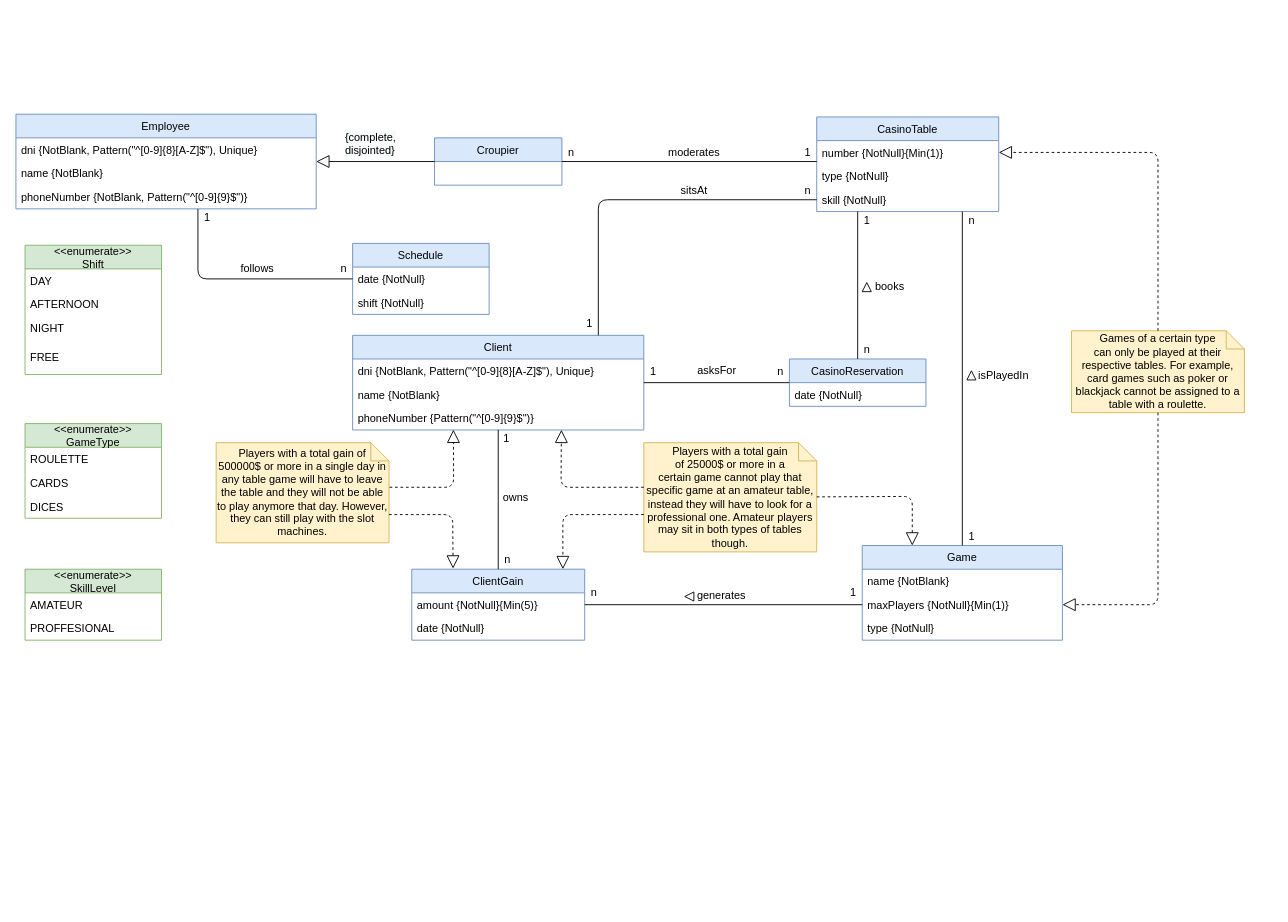
Before: page "V1-Casino" (1 of 2) of uml/Conceptual Model.drawio in gii-is-DP1/dp1-2020-g1-07, a draw.io diagram. Source tidied: cells renumbered, new cells numbered last; positions are measured from the earlier drawing's top-left corner, leaving out a move shared by most shapes. Both pictures are drawn from the tidied source at 91%, with x=0, y=0 at pixel (15, 114).
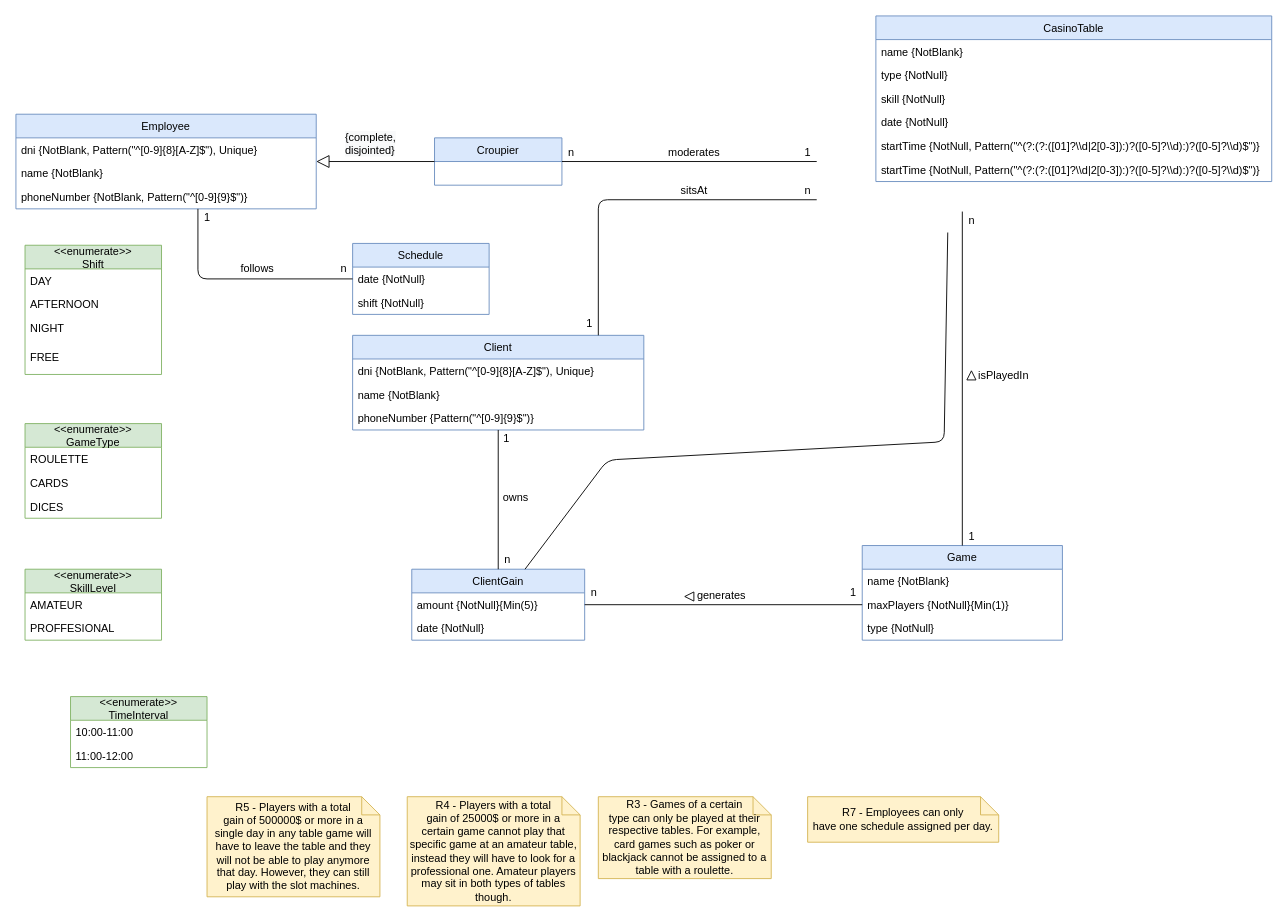
After the change.

The change refers to these unchanged cells:
```xml
<mxCell id="7" value="Game" style="swimlane;fontStyle=0;horizontal=1;startSize=26;fillColor=#dae8fc;strokeColor=#6c8ebf;" parent="1" vertex="1">
  <mxGeometry x="930" y="474" width="220" height="104" as="geometry" />
</mxCell>
<mxCell id="9" value="maxPlayers {NotNull}{Min(1)}" style="text;align=left;verticalAlign=top;spacingLeft=4;spacingRight=4;overflow=hidden;points=[[0,0.5],[1,0.5]];portConstraint=eastwest;" parent="7" vertex="1">
  <mxGeometry y="52" width="220" height="26" as="geometry" />
</mxCell>
<mxCell id="31" value="ClientGain" style="swimlane;fontStyle=0;horizontal=1;startSize=26;fillColor=#dae8fc;strokeColor=#6c8ebf;" parent="1" vertex="1">
  <mxGeometry x="435" y="500" width="190" height="78" as="geometry" />
</mxCell>
<mxCell id="34" value="Client" style="swimlane;fontStyle=0;horizontal=1;startSize=26;fillColor=#dae8fc;strokeColor=#6c8ebf;" parent="1" vertex="1">
  <mxGeometry x="370" y="243" width="320" height="104" as="geometry" />
</mxCell>
<mxCell id="37" value="phoneNumber {Pattern(&quot;^[0-9]{9}$&quot;)}" style="text;align=left;verticalAlign=top;spacingLeft=4;spacingRight=4;overflow=hidden;points=[[0,0.5],[1,0.5]];portConstraint=eastwest;" parent="34" vertex="1">
  <mxGeometry y="78" width="320" height="26" as="geometry" />
</mxCell>
```

What changed in the source:
```diff
@@
     <mxCell id="11" value="CasinoTable" style="swimlane;fontStyle=0;horizontal=1;startSize=26;fillColor=#dae8fc;strokeColor=#6c8ebf;" parent="1" vertex="1">
-      <mxGeometry x="880" y="3" width="200" height="104" as="geometry" />
+      <mxGeometry x="945" y="-108" width="435" height="182" as="geometry" />
     </mxCell>
-    <mxCell id="12" value="number {NotNull}{Min(1)}" style="text;align=left;verticalAlign=top;spacingLeft=4;spacingRight=4;overflow=hidden;points=[[0,0.5],[1,0.5]];portConstraint=eastwest;" parent="11" vertex="1">
-      <mxGeometry y="26" width="200" height="26" as="geometry" />
+    <mxCell id="12" value="name {NotBlank}" style="text;align=left;verticalAlign=top;spacingLeft=4;spacingRight=4;overflow=hidden;points=[[0,0.5],[1,0.5]];portConstraint=eastwest;" parent="11" vertex="1">
+      <mxGeometry y="26" width="435" height="26" as="geometry" />
     </mxCell>
     <mxCell id="13" value="type {NotNull}" style="text;align=left;verticalAlign=top;spacingLeft=4;spacingRight=4;overflow=hidden;" parent="11" vertex="1">
-      <mxGeometry y="52" width="200" height="26" as="geometry" />
+      <mxGeometry y="52" width="435" height="26" as="geometry" />
     </mxCell>
+    <mxCell id="86" value="skill {NotNull}" style="text;align=left;verticalAlign=top;spacingLeft=4;spacingRight=4;overflow=hidden;" parent="11" vertex="1">
+      <mxGeometry y="78" width="435" height="26" as="geometry" />
+    </mxCell>
-    <mxCell id="14" value="skill {NotNull}" style="text;align=left;verticalAlign=top;spacingLeft=4;spacingRight=4;overflow=hidden;points=[[0,0.5],[1,0.5]];portConstraint=eastwest;" parent="11" vertex="1">
-      <mxGeometry y="78" width="200" height="26" as="geometry" />
+    <mxCell id="14" value="date {NotNull}" style="text;align=left;verticalAlign=top;spacingLeft=4;spacingRight=4;overflow=hidden;points=[[0,0.5],[1,0.5]];portConstraint=eastwest;" parent="11" vertex="1">
+      <mxGeometry y="104" width="435" height="26" as="geometry" />
     </mxCell>
+    <mxCell id="87" value="startTime {NotNull, Pattern(&quot;^(?:(?:([01]?\\d|2[0-3]):)?([0-5]?\\d):)?([0-5]?\\d)$&quot;)}" style="text;align=left;verticalAlign=top;spacingLeft=4;spacingRight=4;overflow=hidden;" parent="11" vertex="1">
+      <mxGeometry y="130" width="435" height="26" as="geometry" />
+    </mxCell>
+    <mxCell id="88" value="startTime {NotNull, Pattern(&quot;^(?:(?:([01]?\\d|2[0-3]):)?([0-5]?\\d):)?([0-5]?\\d)$&quot;)}" style="text;align=left;verticalAlign=top;spacingLeft=4;spacingRight=4;overflow=hidden;" parent="11" vertex="1">
+      <mxGeometry y="156" width="435" height="26" as="geometry" />
+    </mxCell>
@@
-    <mxCell id="24" value="1" style="text;html=1;align=center;verticalAlign=middle;" parent="1" vertex="1">
-      <mxGeometry x="925" y="107" width="20" height="20" as="geometry" />
-    </mxCell>
@@
-    <mxCell id="38" value="n" style="text;html=1;align=center;verticalAlign=middle;" parent="1" vertex="1">
-      <mxGeometry x="830" y="273" width="20" height="20" as="geometry" />
-    </mxCell>
@@
-    <mxCell id="50" value="CasinoReservation" style="swimlane;fontStyle=0;horizontal=1;startSize=26;fillColor=#dae8fc;strokeColor=#6c8ebf;" parent="1" vertex="1">
-      <mxGeometry x="850" y="269" width="150" height="52" as="geometry" />
-    </mxCell>
-    <mxCell id="51" value="date {NotNull}" style="text;align=left;verticalAlign=top;spacingLeft=4;spacingRight=4;overflow=hidden;" parent="50" vertex="1">
-      <mxGeometry y="26" width="150" height="26" as="geometry" />
-    </mxCell>
-    <mxCell id="52" value="asksFor" style="text;html=1;align=center;verticalAlign=middle;" parent="1" vertex="1">
-      <mxGeometry x="740" y="272" width="60" height="20" as="geometry" />
-    </mxCell>
-    <mxCell id="53" style="triangle;whiteSpace=wrap;html=1;direction=north;" parent="1" vertex="1">
-      <mxGeometry x="930" y="185" width="10" height="10" as="geometry" />
-    </mxCell>
-    <mxCell id="54" value="n" style="text;html=1;align=center;verticalAlign=middle;" parent="1" vertex="1">
-      <mxGeometry x="925" y="249" width="20" height="20" as="geometry" />
-    </mxCell>
-    <mxCell id="55" value="1" style="text;html=1;align=center;verticalAlign=middle;" parent="1" vertex="1">
-      <mxGeometry x="690" y="273" width="20" height="20" as="geometry" />
-    </mxCell>
@@
-    <mxCell id="59" value="Players with a total gain&lt;br&gt;of 25000$ or more in a&lt;br&gt;certain game cannot play that specific game at an amateur table, instead they will have to look for a professional one. Amateur players may sit in both types of tables though." style="shape=note;size=20;whiteSpace=wrap;html=1;fillColor=#fff2cc;strokeColor=#d6b656;" parent="1" vertex="1">
-      <mxGeometry x="690" y="361" width="190" height="120" as="geometry" />
+    <mxCell id="59" value="R4 - Players with a total&lt;br&gt;gain of 25000$ or more in a&lt;br&gt;certain game cannot play that specific game at an amateur table, instead they will have to look for a professional one. Amateur players may sit in both types of tables though." style="shape=note;size=20;whiteSpace=wrap;html=1;fillColor=#fff2cc;strokeColor=#d6b656;" parent="1" vertex="1">
+      <mxGeometry x="430" y="750" width="190" height="120" as="geometry" />
     </mxCell>
-    <mxCell id="60" value="Games of a certain type&lt;br&gt;can only be played at their respective tables. For example, card games such as poker or blackjack cannot be assigned to a table with a roulette." style="shape=note;size=20;whiteSpace=wrap;html=1;fillColor=#fff2cc;strokeColor=#d6b656;" parent="1" vertex="1">
-      <mxGeometry x="1160" y="238" width="190" height="90" as="geometry" />
+    <mxCell id="60" value="R3 - Games of a certain&lt;br&gt;type can only be played at their respective tables. For example, card games such as poker or blackjack cannot be assigned to a table with a roulette." style="shape=note;size=20;whiteSpace=wrap;html=1;fillColor=#fff2cc;strokeColor=#d6b656;" parent="1" vertex="1">
+      <mxGeometry x="640" y="750" width="190" height="90" as="geometry" />
     </mxCell>
-    <mxCell id="61" value="Players with a total gain of 500000$ or more in a single day in any table game will have to leave the table and they will not be able to play anymore that day. However, they can still play with the slot machines." style="shape=note;size=20;whiteSpace=wrap;html=1;fillColor=#fff2cc;strokeColor=#d6b656;" parent="1" vertex="1">
-      <mxGeometry x="220" y="361" width="190" height="110" as="geometry" />
+    <mxCell id="61" value="R5 - Players with a total&lt;br&gt;gain of 500000$ or more in a single day in any table game will have to leave the table and they will not be able to play anymore that day. However, they can still play with the slot machines." style="shape=note;size=20;whiteSpace=wrap;html=1;fillColor=#fff2cc;strokeColor=#d6b656;" parent="1" vertex="1">
+      <mxGeometry x="210" y="750" width="190" height="110" as="geometry" />
     </mxCell>
@@
-    <mxCell id="71" style="endArrow=none;html=1;" parent="1" edge="1" source="50">
-      <mxGeometry relative="1" as="geometry">
-        <mxPoint x="925" y="107" as="targetPoint" />
-      </mxGeometry>
-    </mxCell>
-    <mxCell id="72" style="endArrow=none;html=1;" parent="1" edge="1" source="50" target="34">
-      <mxGeometry relative="1" as="geometry" />
-    </mxCell>
@@
-    <mxCell id="74" style="endArrow=none;html=1;entryX=0;entryY=0.5;entryDx=0;entryDy=0;" parent="1" edge="1" target="14">
+    <mxCell id="74" style="endArrow=none;html=1;" parent="1" edge="1">
       <mxGeometry relative="1" as="geometry">
         <mxPoint x="640" y="243" as="sourcePoint" />
+        <mxPoint x="880" y="94" as="targetPoint" />
         <Array as="points">
           <mxPoint x="640" y="94" />
         </Array>
       </mxGeometry>
     </mxCell>
@@
-    <mxCell id="76" style="endArrow=block;dashed=1;endFill=0;endSize=12;html=1;entryX=0.239;entryY=-0.009;entryDx=0;entryDy=0;entryPerimeter=0;exitX=1;exitY=0.718;exitDx=0;exitDy=0;exitPerimeter=0;" parent="1" edge="1" source="61" target="31">
-      <mxGeometry relative="1" as="geometry">
-        <Array as="points">
-          <mxPoint x="480" y="440" />
-        </Array>
-      </mxGeometry>
-    </mxCell>
-    <mxCell id="77" style="endArrow=block;dashed=1;endFill=0;endSize=12;html=1;entryX=0.346;entryY=0.987;entryDx=0;entryDy=0;entryPerimeter=0;exitX=1.003;exitY=0.445;exitDx=0;exitDy=0;exitPerimeter=0;" parent="1" edge="1" source="61" target="37">
-      <mxGeometry relative="1" as="geometry">
-        <Array as="points">
-          <mxPoint x="481" y="410" />
-        </Array>
-      </mxGeometry>
-    </mxCell>
-    <mxCell id="78" style="endArrow=block;dashed=1;endFill=0;endSize=12;html=1;entryX=1;entryY=0.5;entryDx=0;entryDy=0;" parent="1" edge="1" source="60" target="9">
-      <mxGeometry relative="1" as="geometry">
-        <Array as="points">
-          <mxPoint x="1255" y="539" />
-        </Array>
-      </mxGeometry>
-    </mxCell>
-    <mxCell id="79" style="endArrow=block;dashed=1;endFill=0;endSize=12;html=1;entryX=1;entryY=0.5;entryDx=0;entryDy=0;" parent="1" edge="1" source="60" target="12">
-      <mxGeometry relative="1" as="geometry">
-        <Array as="points">
-          <mxPoint x="1255" y="42" />
-        </Array>
-      </mxGeometry>
-    </mxCell>
-    <mxCell id="80" style="endArrow=block;dashed=1;endFill=0;endSize=12;html=1;entryX=0.717;entryY=0.991;entryDx=0;entryDy=0;entryPerimeter=0;exitX=0;exitY=0.408;exitDx=0;exitDy=0;exitPerimeter=0;" parent="1" edge="1" source="59" target="37">
-      <mxGeometry relative="1" as="geometry">
-        <Array as="points">
-          <mxPoint x="599" y="410" />
-        </Array>
-      </mxGeometry>
-    </mxCell>
-    <mxCell id="81" style="endArrow=block;dashed=1;endFill=0;endSize=12;html=1;entryX=0.25;entryY=0;entryDx=0;entryDy=0;" parent="1" edge="1" source="59" target="7">
-      <mxGeometry relative="1" as="geometry">
-        <Array as="points">
-          <mxPoint x="985" y="420" />
-        </Array>
-      </mxGeometry>
-    </mxCell>
-    <mxCell id="82" style="endArrow=block;dashed=1;endFill=0;endSize=12;html=1;entryX=0.874;entryY=0;entryDx=0;entryDy=0;entryPerimeter=0;exitX=0;exitY=0.658;exitDx=0;exitDy=0;exitPerimeter=0;" parent="1" edge="1" source="59" target="31">
-      <mxGeometry relative="1" as="geometry">
-        <Array as="points">
-          <mxPoint x="601" y="440" />
-        </Array>
-      </mxGeometry>
-    </mxCell>
-    <mxCell id="83" value="books" style="text;html=1;align=center;verticalAlign=middle;" parent="1" vertex="1">
-      <mxGeometry x="935" y="180" width="50" height="20" as="geometry" />
-    </mxCell>
@@
+    <mxCell id="89" value="&lt;span lang=&quot;EN-US&quot;&gt;&lt;font style=&quot;font-size: 12px&quot;&gt;R7 - Employees can only&lt;br/&gt;have one schedule assigned per day.&lt;/font&gt;&lt;/span&gt;" style="shape=note;size=20;whiteSpace=wrap;html=1;fillColor=#fff2cc;strokeColor=#d6b656;" parent="1" vertex="1">
+      <mxGeometry x="870" y="750" width="210" height="50" as="geometry" />
+    </mxCell>
+    <mxCell id="90" style="endArrow=none;html=1;" parent="1" edge="1" source="31">
+      <mxGeometry relative="1" as="geometry">
+        <mxPoint x="1024" y="130" as="targetPoint" />
+        <Array as="points">
+          <mxPoint x="650" y="380" />
+          <mxPoint x="1020" y="360" />
+        </Array>
+      </mxGeometry>
+    </mxCell>
+    <mxCell id="91" value="&lt;&lt;enumerate&gt;&gt;&#10;TimeInterval" style="swimlane;fontStyle=0;horizontal=1;startSize=26;fillColor=#d5e8d4;strokeColor=#82b366;" parent="1" vertex="1">
+      <mxGeometry x="60" y="640" width="150" height="78" as="geometry" />
+    </mxCell>
+    <mxCell id="92" value="10:00-11:00" style="text;align=left;verticalAlign=top;spacingLeft=4;spacingRight=4;overflow=hidden;" parent="91" vertex="1">
+      <mxGeometry y="26" width="150" height="26" as="geometry" />
+    </mxCell>
+    <mxCell id="93" value="11:00-12:00" style="text;align=left;verticalAlign=top;spacingLeft=4;spacingRight=4;overflow=hidden;" parent="91" vertex="1">
+      <mxGeometry y="52" width="150" height="26" as="geometry" />
+    </mxCell>
```
